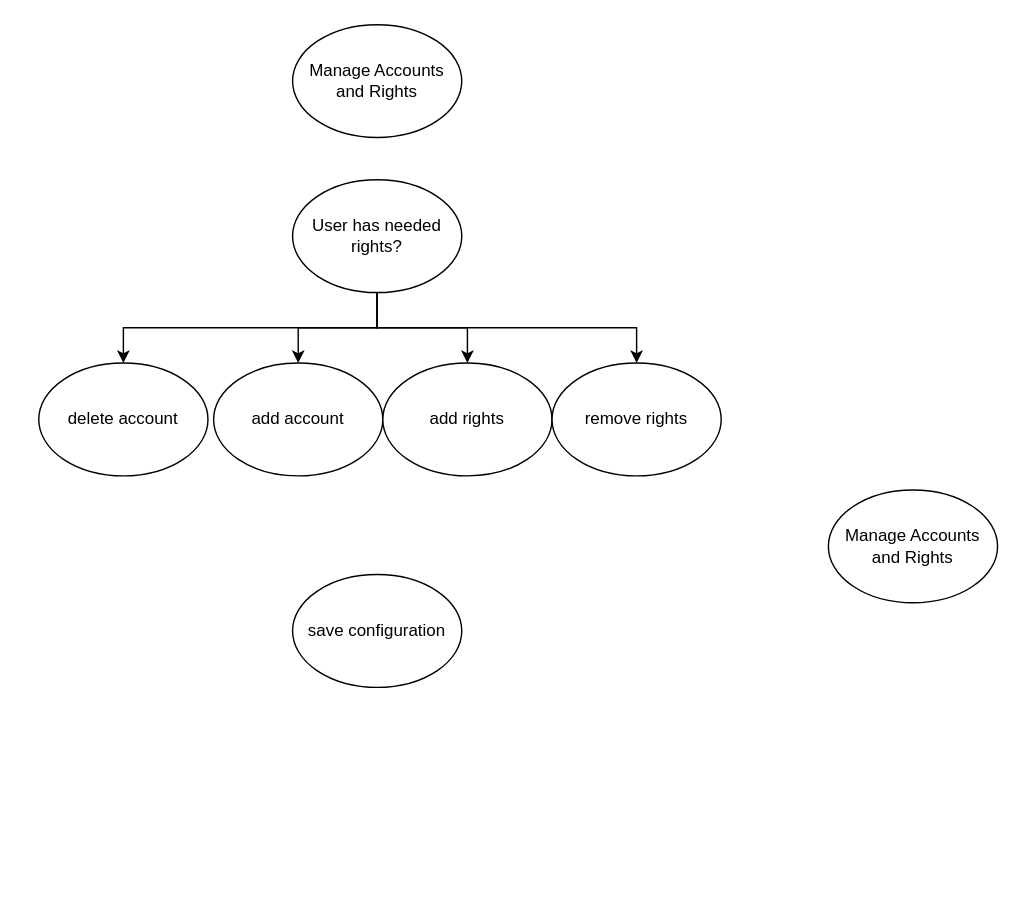
Above: page "Activity_Diagram_Manage_Accounts" (2 of 2) of Use_Case_Diagram.drawio in mymanu/Camera-Observation-Tool-Documentation (draw.io), before the change. Source tidied: cells renumbered, new cells numbered last; positions are measured from the earlier drawing's top-left corner, leaving out a move shared by most shapes. Both pictures are drawn from the tidied source at 141%, with x=0, y=0 at pixel (38, 24).
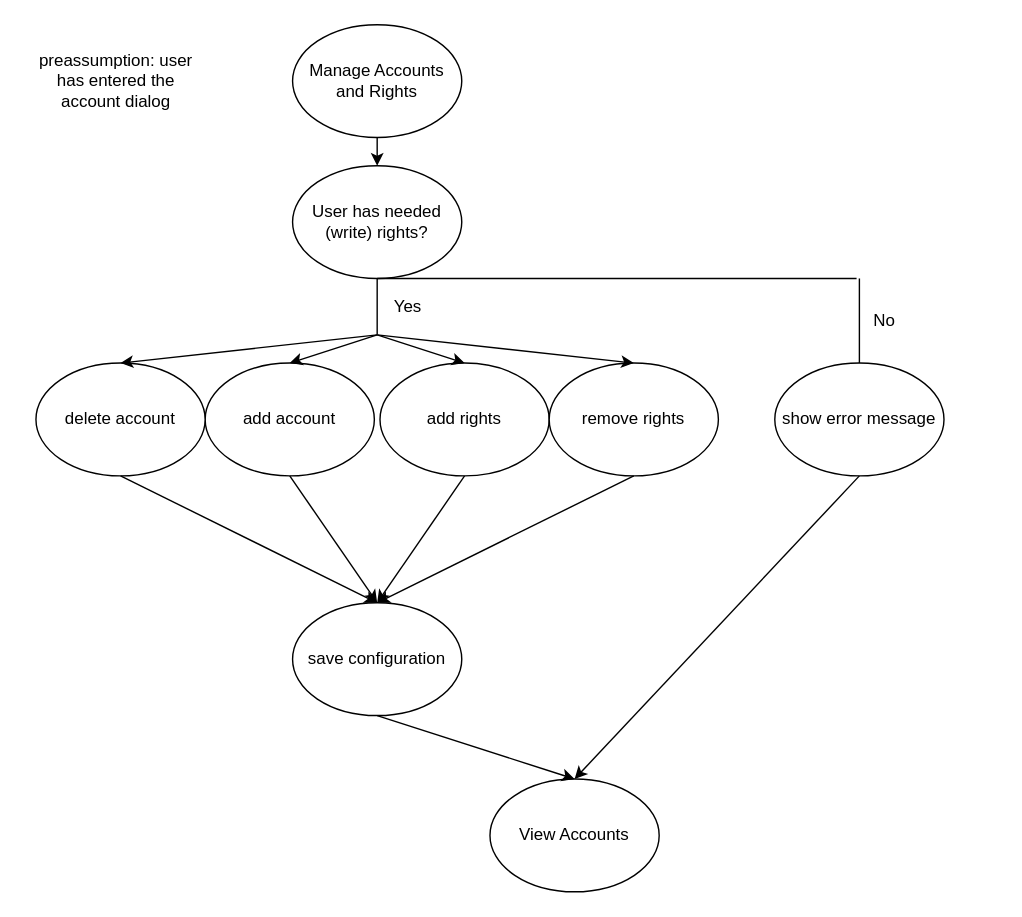
The same page after the edit.

The change refers to these unchanged cells:
```xml
<mxCell id="2" value="Manage Accounts and Rights" style="ellipse;whiteSpace=wrap;html=1;" parent="1" vertex="1">
  <mxGeometry x="180" width="120" height="80" as="geometry" />
</mxCell>
```

Change to the diagram source:
```diff
@@
-    <mxCell id="3" style="edgeStyle=orthogonalEdgeStyle;rounded=0;jettySize=auto;html=1;" parent="1" edge="1" source="12" target="4">
-      <mxGeometry relative="1" as="geometry" />
-    </mxCell>
     <mxCell id="4" value="add account" style="ellipse;whiteSpace=wrap;html=1;" parent="1" vertex="1">
-      <mxGeometry x="124" y="240" width="120" height="80" as="geometry" />
+      <mxGeometry x="118" y="240" width="120" height="80" as="geometry" />
     </mxCell>
-    <mxCell id="5" style="edgeStyle=orthogonalEdgeStyle;rounded=0;jettySize=auto;html=1;" parent="1" edge="1" source="12" target="6">
-      <mxGeometry relative="1" as="geometry" />
-    </mxCell>
     <mxCell id="6" value="add rights" style="ellipse;whiteSpace=wrap;html=1;" parent="1" vertex="1">
-      <mxGeometry x="244" y="240" width="120" height="80" as="geometry" />
+      <mxGeometry x="242" y="240" width="120" height="80" as="geometry" />
     </mxCell>
     <mxCell id="7" value="delete account" style="ellipse;whiteSpace=wrap;html=1;" parent="1" vertex="1">
-      <mxGeometry y="240" width="120" height="80" as="geometry" />
+      <mxGeometry x="-2" y="240" width="120" height="80" as="geometry" />
     </mxCell>
     <mxCell id="8" value="save configuration" style="ellipse;whiteSpace=wrap;html=1;" parent="1" vertex="1">
-      <mxGeometry x="180" y="390" width="120" height="80" as="geometry" />
+      <mxGeometry x="180" y="410" width="120" height="80" as="geometry" />
     </mxCell>
     <mxCell id="9" value="remove rights" style="ellipse;whiteSpace=wrap;html=1;" parent="1" vertex="1">
-      <mxGeometry x="364" y="240" width="120" height="80" as="geometry" />
+      <mxGeometry x="362" y="240" width="120" height="80" as="geometry" />
     </mxCell>
-    <mxCell id="10" value="Manage Accounts and Rights" style="ellipse;whiteSpace=wrap;html=1;" parent="1" vertex="1">
-      <mxGeometry x="560" y="330" width="120" height="80" as="geometry" />
+    <mxCell id="10" value="show error message" style="ellipse;whiteSpace=wrap;html=1;" parent="1" vertex="1">
+      <mxGeometry x="522" y="240" width="120" height="80" as="geometry" />
     </mxCell>
-    <mxCell id="11" style="edgeStyle=orthogonalEdgeStyle;rounded=0;jettySize=auto;html=1;exitX=0.5;exitY=1;exitDx=0;exitDy=0;entryX=0.5;entryY=0;entryDx=0;entryDy=0;" parent="1" edge="1" source="12" target="9">
-      <mxGeometry relative="1" as="geometry">
-        <Array as="points">
-          <mxPoint x="240" y="215" />
-          <mxPoint x="424" y="215" />
-        </Array>
-      </mxGeometry>
-    </mxCell>
-    <mxCell id="12" value="User has needed rights?" style="ellipse;whiteSpace=wrap;html=1;" parent="1" vertex="1">
-      <mxGeometry x="180" y="110" width="120" height="80" as="geometry" />
+    <mxCell id="12" value="User has needed (write) rights?" style="ellipse;whiteSpace=wrap;html=1;" parent="1" vertex="1">
+      <mxGeometry x="180" y="100" width="120" height="80" as="geometry" />
     </mxCell>
-    <mxCell id="13" style="edgeStyle=orthogonalEdgeStyle;rounded=0;jettySize=auto;html=1;exitX=0.5;exitY=1;exitDx=0;exitDy=0;entryX=0.5;entryY=0;entryDx=0;entryDy=0;" parent="1" edge="1" source="12" target="7">
-      <mxGeometry relative="1" as="geometry" />
-    </mxCell>
+    <mxCell id="14" style="endArrow=classic;html=1;entryX=0.5;entryY=0;entryDx=0;entryDy=0;" parent="1" edge="1" target="9">
+      <mxGeometry relative="1" as="geometry">
+        <mxPoint x="240" y="220" as="sourcePoint" />
+      </mxGeometry>
+    </mxCell>
+    <mxCell id="15" style="endArrow=classic;html=1;entryX=0.5;entryY=0;entryDx=0;entryDy=0;" parent="1" edge="1" target="6">
+      <mxGeometry relative="1" as="geometry">
+        <mxPoint x="240" y="220" as="sourcePoint" />
+      </mxGeometry>
+    </mxCell>
+    <mxCell id="16" style="endArrow=classic;html=1;entryX=0.5;entryY=0;entryDx=0;entryDy=0;" parent="1" edge="1" target="4">
+      <mxGeometry relative="1" as="geometry">
+        <mxPoint x="240" y="220" as="sourcePoint" />
+      </mxGeometry>
+    </mxCell>
+    <mxCell id="17" style="endArrow=classic;html=1;entryX=0.5;entryY=0;entryDx=0;entryDy=0;" parent="1" edge="1" target="7">
+      <mxGeometry relative="1" as="geometry">
+        <mxPoint x="240" y="220" as="sourcePoint" />
+      </mxGeometry>
+    </mxCell>
+    <mxCell id="18" style="endArrow=classic;html=1;exitX=0.5;exitY=1;exitDx=0;exitDy=0;entryX=0.5;entryY=0;entryDx=0;entryDy=0;" parent="1" edge="1" source="7" target="8">
+      <mxGeometry relative="1" as="geometry" />
+    </mxCell>
+    <mxCell id="19" style="endArrow=classic;html=1;exitX=0.5;exitY=1;exitDx=0;exitDy=0;entryX=0.5;entryY=0;entryDx=0;entryDy=0;" parent="1" edge="1" source="4" target="8">
+      <mxGeometry relative="1" as="geometry" />
+    </mxCell>
+    <mxCell id="20" style="endArrow=classic;html=1;exitX=0.5;exitY=1;exitDx=0;exitDy=0;entryX=0.5;entryY=0;entryDx=0;entryDy=0;" parent="1" edge="1" source="6" target="8">
+      <mxGeometry relative="1" as="geometry" />
+    </mxCell>
+    <mxCell id="21" style="endArrow=classic;html=1;exitX=0.5;exitY=1;exitDx=0;exitDy=0;entryX=0.5;entryY=0;entryDx=0;entryDy=0;" parent="1" edge="1" source="9" target="8">
+      <mxGeometry relative="1" as="geometry" />
+    </mxCell>
+    <mxCell id="22" style="endArrow=none;html=1;exitX=0.5;exitY=1;exitDx=0;exitDy=0;" parent="1" edge="1" source="12">
+      <mxGeometry relative="1" as="geometry">
+        <mxPoint x="240" y="220" as="targetPoint" />
+      </mxGeometry>
+    </mxCell>
+    <mxCell id="23" value="Yes" style="text;html=1;strokeColor=none;fillColor=none;align=center;verticalAlign=middle;whiteSpace=wrap;rounded=0;" parent="1" vertex="1">
+      <mxGeometry x="242" y="190" width="40" height="20" as="geometry" />
+    </mxCell>
+    <mxCell id="24" value="View Accounts" style="ellipse;whiteSpace=wrap;html=1;" parent="1" vertex="1">
+      <mxGeometry x="320" y="535" width="120" height="80" as="geometry" />
+    </mxCell>
+    <mxCell id="25" value="No" style="text;html=1;strokeColor=none;fillColor=none;align=center;verticalAlign=middle;whiteSpace=wrap;rounded=0;" parent="1" vertex="1">
+      <mxGeometry x="580" y="200" width="40" height="20" as="geometry" />
+    </mxCell>
+    <mxCell id="26" style="endArrow=none;html=1;exitX=0.5;exitY=1;exitDx=0;exitDy=0;" parent="1" edge="1" source="12">
+      <mxGeometry relative="1" as="geometry">
+        <mxPoint x="580" y="180" as="targetPoint" />
+      </mxGeometry>
+    </mxCell>
+    <mxCell id="27" style="endArrow=none;html=1;entryX=0.5;entryY=0;entryDx=0;entryDy=0;" parent="1" edge="1" target="10">
+      <mxGeometry relative="1" as="geometry">
+        <mxPoint x="582" y="180" as="sourcePoint" />
+      </mxGeometry>
+    </mxCell>
+    <mxCell id="28" style="endArrow=classic;html=1;exitX=0.5;exitY=1;exitDx=0;exitDy=0;entryX=0.5;entryY=0;entryDx=0;entryDy=0;" parent="1" edge="1" source="8" target="24">
+      <mxGeometry relative="1" as="geometry" />
+    </mxCell>
+    <mxCell id="29" style="endArrow=classic;html=1;exitX=0.5;exitY=1;exitDx=0;exitDy=0;entryX=0.5;entryY=0;entryDx=0;entryDy=0;" parent="1" edge="1" source="10" target="24">
+      <mxGeometry relative="1" as="geometry" />
+    </mxCell>
+    <mxCell id="30" style="endArrow=classic;html=1;exitX=0.5;exitY=1;exitDx=0;exitDy=0;entryX=0.5;entryY=0;entryDx=0;entryDy=0;" parent="1" edge="1" source="2" target="12">
+      <mxGeometry relative="1" as="geometry" />
+    </mxCell>
+    <mxCell id="31" value="preassumption: user has entered the account dialog" style="text;html=1;strokeColor=none;fillColor=none;align=center;verticalAlign=middle;whiteSpace=wrap;rounded=0;" parent="1" vertex="1">
+      <mxGeometry x="-10" y="30" width="130" height="20" as="geometry" />
+    </mxCell>
```
